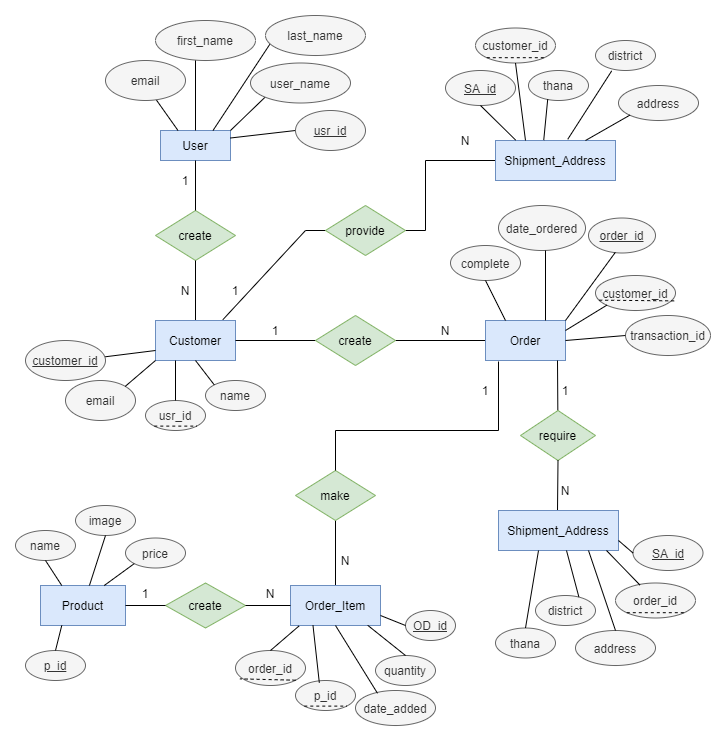
This is erDiagram/ermodel_transparent.png from FahadulShadhin/brikkho, a draw.io export, as it was before one commit. Source tidied: cells renumbered, new cells last; positions are measured from the earlier drawing's top-left corner, leaving out a move shared by most shapes.
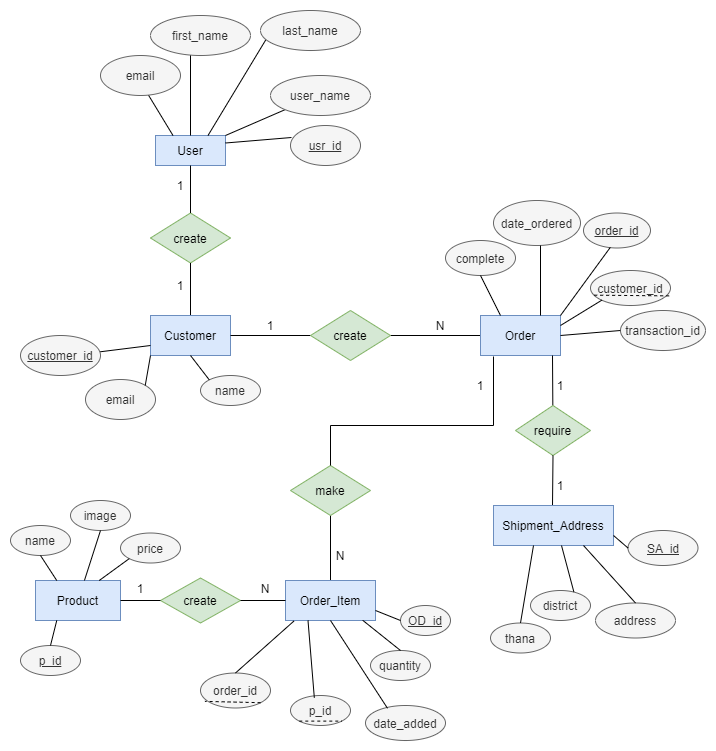
The same diagram one commit later.

The edit, as a diff of the source:
```diff
@@ -3,13 +3,13 @@
     <mxCell id="0" />
     <mxCell id="1" parent="0" />
     <mxCell id="2" value="User" style="rounded=0;whiteSpace=wrap;html=1;fillColor=#dae8fc;strokeColor=#6c8ebf;" parent="1" vertex="1">
-      <mxGeometry x="145" y="115" width="70" height="30" as="geometry" />
+      <mxGeometry x="145" y="125" width="70" height="30" as="geometry" />
     </mxCell>
     <mxCell id="3" style="endArrow=none;html=1;entryX=0;entryY=1;entryDx=0;entryDy=0;exitX=1;exitY=0;exitDx=0;exitDy=0;" parent="1" edge="1" source="2" target="4">
       <mxGeometry relative="1" as="geometry" />
     </mxCell>
     <mxCell id="4" value="user_name" style="ellipse;whiteSpace=wrap;html=1;fillColor=#f5f5f5;strokeColor=#666666;fontColor=#333333;" parent="1" vertex="1">
-      <mxGeometry x="235" y="47.5" width="100" height="40" as="geometry" />
+      <mxGeometry x="260" y="65" width="100" height="40" as="geometry" />
     </mxCell>
     <mxCell id="5" style="endArrow=none;html=1;exitX=0.5;exitY=0;exitDx=0;exitDy=0;" parent="1" edge="1" source="2">
       <mxGeometry relative="1" as="geometry">
@@ -36,7 +36,7 @@
       <mxGeometry x="90" y="45" width="80" height="40" as="geometry" />
     </mxCell>
     <mxCell id="11" value="create" style="rhombus;whiteSpace=wrap;html=1;fillColor=#d5e8d4;strokeColor=#82b366;" parent="1" vertex="1">
-      <mxGeometry x="140" y="195" width="80" height="50" as="geometry" />
+      <mxGeometry x="140" y="202.5" width="80" height="50" as="geometry" />
     </mxCell>
     <mxCell id="12" style="endArrow=none;html=1;entryX=0.5;entryY=1;entryDx=0;entryDy=0;" parent="1" edge="1" target="11">
       <mxGeometry relative="1" as="geometry">
@@ -46,37 +46,23 @@
     <mxCell id="13" value="Customer" style="rounded=0;whiteSpace=wrap;html=1;fillColor=#dae8fc;strokeColor=#6c8ebf;" parent="1" vertex="1">
       <mxGeometry x="140" y="305" width="80" height="40" as="geometry" />
     </mxCell>
-    <mxCell id="14" style="endArrow=none;html=1;exitX=1;exitY=0.25;exitDx=0;exitDy=0;" parent="1" edge="1" source="2">
-      <mxGeometry relative="1" as="geometry">
-        <mxPoint x="280" y="115" as="targetPoint" />
-      </mxGeometry>
+    <mxCell id="14" style="endArrow=none;html=1;exitX=1;exitY=0.25;exitDx=0;exitDy=0;entryX=0.014;entryY=0.3;entryDx=0;entryDy=0;entryPerimeter=0;" parent="1" edge="1" source="2" target="15">
+      <mxGeometry relative="1" as="geometry" />
     </mxCell>
     <mxCell id="15" value="&lt;u&gt;usr_id&lt;/u&gt;" style="ellipse;whiteSpace=wrap;html=1;fillColor=#f5f5f5;strokeColor=#666666;fontColor=#333333;" parent="1" vertex="1">
-      <mxGeometry x="280" y="95" width="70" height="40" as="geometry" />
+      <mxGeometry x="280" y="115" width="70" height="40" as="geometry" />
     </mxCell>
-    <mxCell id="16" value="1" style="text;html=1;strokeColor=none;fillColor=none;align=center;verticalAlign=middle;whiteSpace=wrap;rounded=0;" parent="1" vertex="1">
-      <mxGeometry x="200" y="265" width="40" height="20" as="geometry" />
-    </mxCell>
-    <mxCell id="17" value="N" style="text;html=1;strokeColor=none;fillColor=none;align=center;verticalAlign=middle;whiteSpace=wrap;rounded=0;" parent="1" vertex="1">
+    <mxCell id="17" value="1" style="text;html=1;strokeColor=none;fillColor=none;align=center;verticalAlign=middle;whiteSpace=wrap;rounded=0;" parent="1" vertex="1">
       <mxGeometry x="150" y="265" width="40" height="20" as="geometry" />
     </mxCell>
-    <mxCell id="18" value="usr_id" style="ellipse;whiteSpace=wrap;html=1;fillColor=#f5f5f5;strokeColor=#666666;fontColor=#333333;" parent="1" vertex="1">
-      <mxGeometry x="130" y="385" width="60" height="30" as="geometry" />
-    </mxCell>
     <mxCell id="19" value="name" style="ellipse;whiteSpace=wrap;html=1;fillColor=#f5f5f5;strokeColor=#666666;fontColor=#333333;" parent="1" vertex="1">
       <mxGeometry x="190" y="365" width="60" height="30" as="geometry" />
     </mxCell>
-    <mxCell id="20" style="endArrow=none;dashed=1;html=1;entryX=1;entryY=1;entryDx=0;entryDy=0;exitX=0;exitY=1;exitDx=0;exitDy=0;" parent="1" edge="1" source="18" target="18">
-      <mxGeometry relative="1" as="geometry" />
-    </mxCell>
-    <mxCell id="21" style="endArrow=none;html=1;entryX=0.25;entryY=1;entryDx=0;entryDy=0;exitX=0.5;exitY=0;exitDx=0;exitDy=0;" parent="1" edge="1" source="18" target="13">
-      <mxGeometry relative="1" as="geometry" />
-    </mxCell>
     <mxCell id="22" style="endArrow=none;html=1;entryX=0.5;entryY=1;entryDx=0;entryDy=0;exitX=0;exitY=0;exitDx=0;exitDy=0;" parent="1" edge="1" source="19" target="13">
       <mxGeometry relative="1" as="geometry" />
     </mxCell>
     <mxCell id="23" value="email" style="ellipse;whiteSpace=wrap;html=1;fillColor=#f5f5f5;strokeColor=#666666;fontColor=#333333;" parent="1" vertex="1">
-      <mxGeometry x="50" y="365" width="70" height="40" as="geometry" />
+      <mxGeometry x="75" y="369" width="70" height="40" as="geometry" />
     </mxCell>
     <mxCell id="24" style="endArrow=none;html=1;entryX=0;entryY=1;entryDx=0;entryDy=0;exitX=1;exitY=0;exitDx=0;exitDy=0;" parent="1" edge="1" source="23" target="13">
       <mxGeometry relative="1" as="geometry" />
@@ -157,25 +143,14 @@
     <mxCell id="46" value="1" style="text;html=1;strokeColor=none;fillColor=none;align=center;verticalAlign=middle;whiteSpace=wrap;rounded=0;" parent="1" vertex="1">
       <mxGeometry x="530" y="365" width="40" height="20" as="geometry" />
     </mxCell>
-    <mxCell id="47" value="N" style="text;html=1;strokeColor=none;fillColor=none;align=center;verticalAlign=middle;whiteSpace=wrap;rounded=0;" parent="1" vertex="1">
+    <mxCell id="47" value="1" style="text;html=1;strokeColor=none;fillColor=none;align=center;verticalAlign=middle;whiteSpace=wrap;rounded=0;" parent="1" vertex="1">
       <mxGeometry x="530" y="465" width="40" height="20" as="geometry" />
     </mxCell>
     <mxCell id="48" value="Shipment_Address" style="rounded=0;whiteSpace=wrap;html=1;fillColor=#dae8fc;strokeColor=#6c8ebf;" parent="1" vertex="1">
       <mxGeometry x="483" y="495" width="120" height="40" as="geometry" />
     </mxCell>
-    <mxCell id="49" value="order_id" style="ellipse;whiteSpace=wrap;html=1;fillColor=#f5f5f5;strokeColor=#666666;fontColor=#333333;" parent="1" vertex="1">
-      <mxGeometry x="600" y="567.5" width="80" height="35" as="geometry" />
-    </mxCell>
-    <mxCell id="50" style="endArrow=none;dashed=1;html=1;entryX=1;entryY=1;entryDx=0;entryDy=0;exitX=0;exitY=1;exitDx=0;exitDy=0;" parent="1" edge="1" source="49" target="49">
-      <mxGeometry relative="1" as="geometry" />
-    </mxCell>
-    <mxCell id="51" style="endArrow=none;html=1;entryX=0.305;entryY=0.057;entryDx=0;entryDy=0;entryPerimeter=0;" parent="1" edge="1" target="49">
-      <mxGeometry relative="1" as="geometry">
-        <mxPoint x="591" y="535" as="sourcePoint" />
-      </mxGeometry>
-    </mxCell>
     <mxCell id="52" value="address" style="ellipse;whiteSpace=wrap;html=1;fillColor=#f5f5f5;strokeColor=#666666;fontColor=#333333;" parent="1" vertex="1">
-      <mxGeometry x="560" y="615" width="80" height="35" as="geometry" />
+      <mxGeometry x="585" y="592.5" width="80" height="35" as="geometry" />
     </mxCell>
     <mxCell id="53" style="endArrow=none;html=1;entryX=0.75;entryY=1;entryDx=0;entryDy=0;exitX=0.5;exitY=0;exitDx=0;exitDy=0;" parent="1" edge="1" source="52" target="48">
       <mxGeometry relative="1" as="geometry" />
@@ -232,7 +207,7 @@
       <mxGeometry x="275" y="570" width="90" height="40" as="geometry" />
     </mxCell>
     <mxCell id="66" value="order_id" style="ellipse;whiteSpace=wrap;html=1;fillColor=#f5f5f5;strokeColor=#666666;fontColor=#333333;" parent="1" vertex="1">
-      <mxGeometry x="220" y="635" width="70" height="35" as="geometry" />
+      <mxGeometry x="190" y="662.5" width="70" height="35" as="geometry" />
     </mxCell>
     <mxCell id="67" style="endArrow=none;dashed=1;html=1;exitX=1;exitY=1;exitDx=0;exitDy=0;entryX=0.063;entryY=0.811;entryDx=0;entryDy=0;entryPerimeter=0;" parent="1" edge="1" source="66" target="66">
       <mxGeometry relative="1" as="geometry" />
@@ -241,7 +216,7 @@
       <mxGeometry relative="1" as="geometry" />
     </mxCell>
     <mxCell id="69" value="p_id" style="ellipse;whiteSpace=wrap;html=1;fillColor=#f5f5f5;strokeColor=#666666;fontColor=#333333;" parent="1" vertex="1">
-      <mxGeometry x="280" y="665" width="60" height="30" as="geometry" />
+      <mxGeometry x="280" y="685" width="60" height="30" as="geometry" />
     </mxCell>
     <mxCell id="70" style="endArrow=none;html=1;entryX=0.25;entryY=1;entryDx=0;entryDy=0;exitX=0.397;exitY=0.073;exitDx=0;exitDy=0;exitPerimeter=0;" parent="1" edge="1" source="69" target="65">
       <mxGeometry relative="1" as="geometry" />
@@ -253,7 +228,7 @@
       <mxGeometry relative="1" as="geometry" />
     </mxCell>
     <mxCell id="73" value="date_added" style="ellipse;whiteSpace=wrap;html=1;fillColor=#f5f5f5;strokeColor=#666666;fontColor=#333333;" parent="1" vertex="1">
-      <mxGeometry x="340" y="675" width="80" height="35" as="geometry" />
+      <mxGeometry x="355" y="695" width="80" height="35" as="geometry" />
     </mxCell>
     <mxCell id="74" style="endArrow=none;html=1;exitX=0.5;exitY=1;exitDx=0;exitDy=0;entryX=0.275;entryY=0.08;entryDx=0;entryDy=0;entryPerimeter=0;" parent="1" edge="1" source="65" target="73">
       <mxGeometry relative="1" as="geometry" />
@@ -294,78 +269,11 @@
     <mxCell id="86" style="endArrow=none;html=1;entryX=0;entryY=1;entryDx=0;entryDy=0;exitX=0.75;exitY=0;exitDx=0;exitDy=0;" parent="1" edge="1" source="75" target="82">
       <mxGeometry relative="1" as="geometry" />
     </mxCell>
-    <mxCell id="87" style="endArrow=none;html=1;entryX=0.842;entryY=-0.02;entryDx=0;entryDy=0;entryPerimeter=0;" parent="1" edge="1" target="13">
-      <mxGeometry relative="1" as="geometry">
-        <mxPoint x="290" y="215" as="sourcePoint" />
-      </mxGeometry>
-    </mxCell>
-    <mxCell id="88" style="endArrow=none;html=1;" parent="1" edge="1">
-      <mxGeometry relative="1" as="geometry">
-        <mxPoint x="290" y="215" as="sourcePoint" />
-        <mxPoint x="410" y="215" as="targetPoint" />
-      </mxGeometry>
-    </mxCell>
-    <mxCell id="89" style="endArrow=none;html=1;" parent="1" edge="1">
-      <mxGeometry relative="1" as="geometry">
-        <mxPoint x="410" y="215" as="sourcePoint" />
-        <mxPoint x="410" y="145" as="targetPoint" />
-      </mxGeometry>
-    </mxCell>
-    <mxCell id="90" style="endArrow=none;html=1;entryX=0;entryY=0.5;entryDx=0;entryDy=0;" parent="1" edge="1" target="92">
-      <mxGeometry relative="1" as="geometry">
-        <mxPoint x="410" y="145" as="sourcePoint" />
-      </mxGeometry>
-    </mxCell>
-    <mxCell id="91" value="provide" style="rhombus;whiteSpace=wrap;html=1;fillColor=#d5e8d4;strokeColor=#82b366;" parent="1" vertex="1">
-      <mxGeometry x="310" y="190" width="80" height="50" as="geometry" />
-    </mxCell>
-    <mxCell id="92" value="Shipment_Address" style="rounded=0;whiteSpace=wrap;html=1;fillColor=#dae8fc;strokeColor=#6c8ebf;" parent="1" vertex="1">
-      <mxGeometry x="480" y="125" width="120" height="40" as="geometry" />
-    </mxCell>
-    <mxCell id="93" value="&lt;u&gt;SA_id&lt;/u&gt;" style="ellipse;whiteSpace=wrap;html=1;fillColor=#f5f5f5;strokeColor=#666666;fontColor=#333333;" parent="1" vertex="1">
-      <mxGeometry x="430" y="55" width="70" height="35" as="geometry" />
-    </mxCell>
-    <mxCell id="94" value="customer_id" style="ellipse;whiteSpace=wrap;html=1;fillColor=#f5f5f5;strokeColor=#666666;fontColor=#333333;" parent="1" vertex="1">
-      <mxGeometry x="460" y="12.5" width="80" height="35" as="geometry" />
-    </mxCell>
-    <mxCell id="95" value="address" style="ellipse;whiteSpace=wrap;html=1;fillColor=#f5f5f5;strokeColor=#666666;fontColor=#333333;" parent="1" vertex="1">
-      <mxGeometry x="603" y="70" width="80" height="35" as="geometry" />
-    </mxCell>
-    <mxCell id="96" value="district" style="ellipse;whiteSpace=wrap;html=1;fillColor=#f5f5f5;strokeColor=#666666;fontColor=#333333;" parent="1" vertex="1">
-      <mxGeometry x="580" y="25" width="60" height="30" as="geometry" />
-    </mxCell>
-    <mxCell id="97" value="thana" style="ellipse;whiteSpace=wrap;html=1;fillColor=#f5f5f5;strokeColor=#666666;fontColor=#333333;" parent="1" vertex="1">
-      <mxGeometry x="513" y="55" width="60" height="30" as="geometry" />
-    </mxCell>
-    <mxCell id="98" style="endArrow=none;dashed=1;html=1;entryX=1;entryY=1;entryDx=0;entryDy=0;exitX=0;exitY=1;exitDx=0;exitDy=0;" parent="1" edge="1" source="94" target="94">
-      <mxGeometry relative="1" as="geometry" />
-    </mxCell>
-    <mxCell id="99" style="edgeStyle=orthogonalEdgeStyle;rounded=0;orthogonalLoop=1;jettySize=auto;html=1;exitX=0.5;exitY=1;exitDx=0;exitDy=0;" parent="1" edge="1" source="96" target="96">
-      <mxGeometry relative="1" as="geometry" />
-    </mxCell>
-    <mxCell id="100" style="endArrow=none;html=1;entryX=0.5;entryY=1;entryDx=0;entryDy=0;exitX=0.168;exitY=-0.01;exitDx=0;exitDy=0;exitPerimeter=0;" parent="1" edge="1" source="92" target="93">
-      <mxGeometry relative="1" as="geometry" />
-    </mxCell>
-    <mxCell id="101" style="endArrow=none;html=1;entryX=0.5;entryY=1;entryDx=0;entryDy=0;exitX=0.25;exitY=0;exitDx=0;exitDy=0;" parent="1" edge="1" source="92" target="94">
-      <mxGeometry relative="1" as="geometry" />
-    </mxCell>
-    <mxCell id="102" style="endArrow=none;html=1;entryX=0.32;entryY=0.96;entryDx=0;entryDy=0;exitX=0.402;exitY=-0.01;exitDx=0;exitDy=0;exitPerimeter=0;entryPerimeter=0;" parent="1" edge="1" source="92" target="97">
-      <mxGeometry relative="1" as="geometry" />
-    </mxCell>
-    <mxCell id="103" style="endArrow=none;html=1;entryX=0.27;entryY=1.013;entryDx=0;entryDy=0;entryPerimeter=0;exitX=0.602;exitY=-0.03;exitDx=0;exitDy=0;exitPerimeter=0;" parent="1" edge="1" source="92" target="96">
-      <mxGeometry relative="1" as="geometry" />
-    </mxCell>
-    <mxCell id="104" style="endArrow=none;html=1;entryX=0;entryY=1;entryDx=0;entryDy=0;exitX=0.75;exitY=0;exitDx=0;exitDy=0;" parent="1" edge="1" source="92" target="95">
-      <mxGeometry relative="1" as="geometry" />
-    </mxCell>
-    <mxCell id="105" value="N" style="text;html=1;strokeColor=none;fillColor=none;align=center;verticalAlign=middle;whiteSpace=wrap;rounded=0;" parent="1" vertex="1">
-      <mxGeometry x="430" y="115" width="40" height="20" as="geometry" />
-    </mxCell>
     <mxCell id="106" style="endArrow=none;html=1;exitX=0.5;exitY=0;exitDx=0;exitDy=0;entryX=0.5;entryY=1;entryDx=0;entryDy=0;" parent="1" edge="1" source="11" target="2">
       <mxGeometry relative="1" as="geometry" />
     </mxCell>
     <mxCell id="107" value="1" style="text;html=1;strokeColor=none;fillColor=none;align=center;verticalAlign=middle;whiteSpace=wrap;rounded=0;" parent="1" vertex="1">
-      <mxGeometry x="150" y="155" width="40" height="20" as="geometry" />
+      <mxGeometry x="150" y="165" width="40" height="20" as="geometry" />
     </mxCell>
     <mxCell id="108" value="&lt;u&gt;p_id&lt;/u&gt;" style="ellipse;whiteSpace=wrap;html=1;fillColor=#f5f5f5;strokeColor=#666666;fontColor=#333333;" parent="1" vertex="1">
       <mxGeometry x="10" y="635" width="60" height="30" as="geometry" />
```
